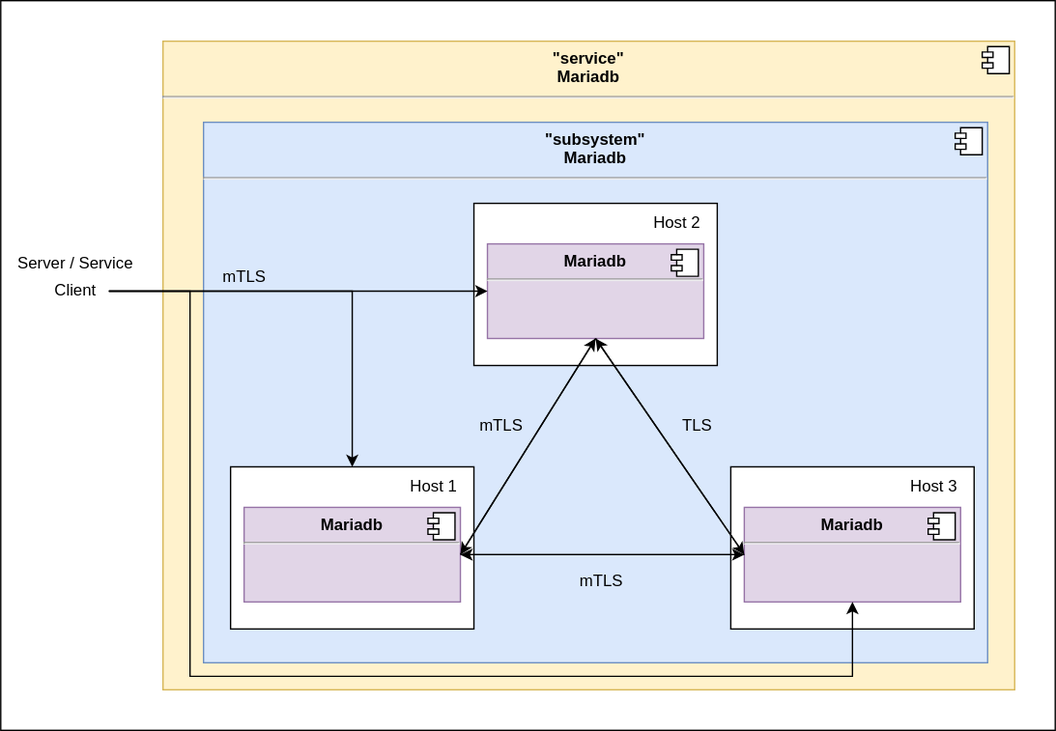
Earlier version of the draw.io export assets/Ansible-Playbook-Labocbz-Deploy-Mariadb.drawio.svg (CBZ-D-velop/Ansible-Playbook-Labocbz-Deploy-Mariadb). Source tidied: cells renumbered, new cells last; positions are measured from the earlier drawing's top-left corner, leaving out a move shared by most shapes.
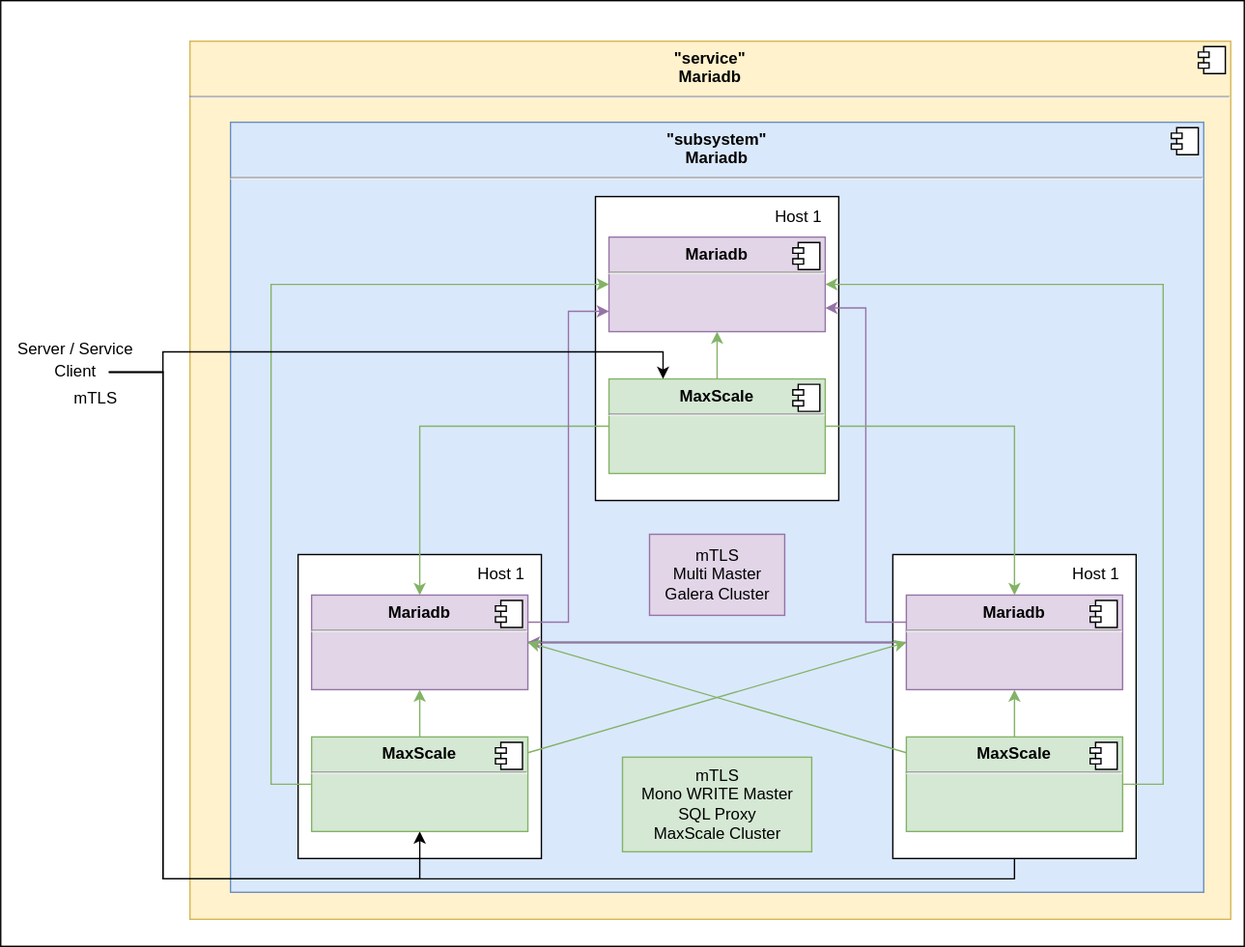
After the commit.

Commit message:
added readme, removed idempotence because of galera

What changed in the source:
```diff
@@ -3,10 +3,10 @@
     <mxCell id="0" />
     <mxCell id="1" parent="0" />
     <mxCell id="2" style="rounded=0;whiteSpace=wrap;html=1;" parent="1" vertex="1">
-      <mxGeometry width="780" height="540" as="geometry" />
+      <mxGeometry x="-50" y="-80" width="920" height="700" as="geometry" />
     </mxCell>
     <mxCell id="3" value="&lt;p style=&quot;margin:0px;margin-top:6px;text-align:center;&quot;&gt;&lt;b&gt;&quot;service&quot;&lt;br&gt;&lt;/b&gt;&lt;b style=&quot;border-color: var(--border-color);&quot;&gt;Mariadb&lt;/b&gt;&lt;b&gt;&lt;br&gt;&lt;/b&gt;&lt;/p&gt;&lt;hr&gt;&lt;p style=&quot;margin:0px;margin-left:8px;&quot;&gt;&lt;br&gt;&lt;/p&gt;" style="align=left;overflow=fill;html=1;whiteSpace=wrap;fillColor=#fff2cc;strokeColor=#d6b656;" parent="1" vertex="1">
-      <mxGeometry x="120" y="30" width="630" height="480" as="geometry" />
+      <mxGeometry x="90" y="-50" width="770" height="650" as="geometry" />
     </mxCell>
     <mxCell id="4" style="shape=component;jettyWidth=8;jettyHeight=4;" parent="3" vertex="1">
       <mxGeometry x="1" width="20" height="20" relative="1" as="geometry">
@@ -14,52 +14,21 @@
       </mxGeometry>
     </mxCell>
     <mxCell id="5" value="&lt;p style=&quot;margin:0px;margin-top:6px;text-align:center;&quot;&gt;&lt;b&gt;&quot;subsystem&quot;&lt;br&gt;&lt;/b&gt;&lt;b style=&quot;border-color: var(--border-color);&quot;&gt;Mariadb&lt;/b&gt;&lt;b&gt;&lt;br&gt;&lt;/b&gt;&lt;/p&gt;&lt;hr&gt;&lt;p style=&quot;margin:0px;margin-left:8px;&quot;&gt;&lt;br&gt;&lt;/p&gt;" style="align=left;overflow=fill;html=1;whiteSpace=wrap;fillColor=#dae8fc;strokeColor=#6c8ebf;" parent="1" vertex="1">
-      <mxGeometry x="150" y="90" width="580" height="400" as="geometry" />
+      <mxGeometry x="120" y="10" width="720" height="570" as="geometry" />
     </mxCell>
     <mxCell id="6" style="shape=component;jettyWidth=8;jettyHeight=4;" parent="5" vertex="1">
       <mxGeometry x="1" width="20" height="20" relative="1" as="geometry">
         <mxPoint x="-24" y="4" as="offset" />
       </mxGeometry>
     </mxCell>
-    <mxCell id="7" style="rounded=0;whiteSpace=wrap;html=1;" parent="1" vertex="1">
-      <mxGeometry x="350" y="150" width="180" height="120" as="geometry" />
-    </mxCell>
-    <mxCell id="8" value="&lt;p style=&quot;margin:0px;margin-top:6px;text-align:center;&quot;&gt;&lt;b style=&quot;border-color: var(--border-color);&quot;&gt;Mariadb&lt;/b&gt;&lt;br&gt;&lt;/p&gt;&lt;hr&gt;&lt;p style=&quot;margin:0px;margin-left:8px;&quot;&gt;&lt;br&gt;&lt;/p&gt;" style="align=left;overflow=fill;html=1;whiteSpace=wrap;fillColor=#e1d5e7;strokeColor=#9673a6;" parent="1" vertex="1">
-      <mxGeometry x="360" y="180" width="160" height="70" as="geometry" />
-    </mxCell>
-    <mxCell id="9" style="shape=component;jettyWidth=8;jettyHeight=4;" parent="8" vertex="1">
-      <mxGeometry x="1" width="20" height="20" relative="1" as="geometry">
-        <mxPoint x="-24" y="4" as="offset" />
-      </mxGeometry>
-    </mxCell>
-    <mxCell id="10" value="Host 2" style="text;html=1;align=center;verticalAlign=middle;strokeColor=none;fillColor=none;" parent="1" vertex="1">
-      <mxGeometry x="470" y="150" width="60" height="30" as="geometry" />
-    </mxCell>
-    <mxCell id="11" style="rounded=0;whiteSpace=wrap;html=1;" parent="1" vertex="1">
-      <mxGeometry x="540" y="345" width="180" height="120" as="geometry" />
-    </mxCell>
-    <mxCell id="12" style="rounded=0;jettySize=auto;html=1;entryX=0.5;entryY=1;entryDx=0;entryDy=0;exitX=0;exitY=0.5;exitDx=0;exitDy=0;" parent="1" edge="1" source="13" target="8">
-      <mxGeometry relative="1" as="geometry" />
-    </mxCell>
-    <mxCell id="13" value="&lt;p style=&quot;margin:0px;margin-top:6px;text-align:center;&quot;&gt;&lt;b style=&quot;border-color: var(--border-color);&quot;&gt;Mariadb&lt;/b&gt;&lt;br&gt;&lt;/p&gt;&lt;hr&gt;&lt;p style=&quot;margin:0px;margin-left:8px;&quot;&gt;&lt;br&gt;&lt;/p&gt;" style="align=left;overflow=fill;html=1;whiteSpace=wrap;fillColor=#e1d5e7;strokeColor=#9673a6;" parent="1" vertex="1">
-      <mxGeometry x="550" y="375" width="160" height="70" as="geometry" />
-    </mxCell>
-    <mxCell id="14" style="shape=component;jettyWidth=8;jettyHeight=4;" parent="13" vertex="1">
-      <mxGeometry x="1" width="20" height="20" relative="1" as="geometry">
-        <mxPoint x="-24" y="4" as="offset" />
-      </mxGeometry>
-    </mxCell>
-    <mxCell id="15" value="Host 3" style="text;html=1;align=center;verticalAlign=middle;strokeColor=none;fillColor=none;" parent="1" vertex="1">
-      <mxGeometry x="660" y="345" width="60" height="30" as="geometry" />
-    </mxCell>
     <mxCell id="16" style="rounded=0;whiteSpace=wrap;html=1;" parent="1" vertex="1">
-      <mxGeometry x="170" y="345" width="180" height="120" as="geometry" />
+      <mxGeometry x="170" y="330" width="180" height="225" as="geometry" />
     </mxCell>
-    <mxCell id="17" style="edgeStyle=orthogonalEdgeStyle;rounded=0;jettySize=auto;html=1;" parent="1" edge="1" source="18" target="13">
-      <mxGeometry relative="1" as="geometry" />
-    </mxCell>
+    <mxCell id="34" style="edgeStyle=orthogonalEdgeStyle;rounded=0;jettySize=auto;html=1;" parent="1" edge="1" source="18" target="51">
+      <mxGeometry relative="1" as="geometry" />
+    </mxCell>
     <mxCell id="18" value="&lt;p style=&quot;margin:0px;margin-top:6px;text-align:center;&quot;&gt;&lt;b style=&quot;border-color: var(--border-color);&quot;&gt;Mariadb&lt;/b&gt;&lt;br&gt;&lt;/p&gt;&lt;hr&gt;&lt;p style=&quot;margin:0px;margin-left:8px;&quot;&gt;&lt;br&gt;&lt;/p&gt;" style="align=left;overflow=fill;html=1;whiteSpace=wrap;fillColor=#e1d5e7;strokeColor=#9673a6;" parent="1" vertex="1">
-      <mxGeometry x="180" y="375" width="160" height="70" as="geometry" />
+      <mxGeometry x="180" y="360" width="160" height="70" as="geometry" />
     </mxCell>
     <mxCell id="19" style="shape=component;jettyWidth=8;jettyHeight=4;" parent="18" vertex="1">
       <mxGeometry x="1" width="20" height="20" relative="1" as="geometry">
@@ -67,52 +36,157 @@
       </mxGeometry>
     </mxCell>
     <mxCell id="20" value="Host 1" style="text;html=1;align=center;verticalAlign=middle;strokeColor=none;fillColor=none;" parent="1" vertex="1">
-      <mxGeometry x="290" y="345" width="60" height="30" as="geometry" />
+      <mxGeometry x="290" y="330" width="60" height="30" as="geometry" />
     </mxCell>
-    <mxCell id="21" style="edgeStyle=orthogonalEdgeStyle;rounded=0;jettySize=auto;html=1;entryX=1;entryY=0.5;entryDx=0;entryDy=0;" parent="1" edge="1" source="13" target="18">
-      <mxGeometry relative="1" as="geometry" />
-    </mxCell>
-    <mxCell id="22" style="rounded=0;jettySize=auto;html=1;entryX=1;entryY=0.5;entryDx=0;entryDy=0;exitX=0.5;exitY=1;exitDx=0;exitDy=0;" parent="1" edge="1" source="8" target="18">
-      <mxGeometry relative="1" as="geometry" />
-    </mxCell>
-    <mxCell id="23" style="rounded=0;jettySize=auto;html=1;entryX=0.5;entryY=1;entryDx=0;entryDy=0;exitX=1;exitY=0.5;exitDx=0;exitDy=0;" parent="1" edge="1" source="18" target="8">
-      <mxGeometry relative="1" as="geometry" />
-    </mxCell>
-    <mxCell id="24" style="rounded=0;jettySize=auto;html=1;entryX=0;entryY=0.5;entryDx=0;entryDy=0;exitX=0.5;exitY=1;exitDx=0;exitDy=0;" parent="1" edge="1" source="8" target="13">
-      <mxGeometry relative="1" as="geometry" />
-    </mxCell>
-    <mxCell id="25" style="edgeStyle=orthogonalEdgeStyle;rounded=0;jettySize=auto;html=1;entryX=0;entryY=0.5;entryDx=0;entryDy=0;" parent="1" edge="1" source="28" target="8">
-      <mxGeometry relative="1" as="geometry" />
-    </mxCell>
-    <mxCell id="26" style="edgeStyle=orthogonalEdgeStyle;rounded=0;jettySize=auto;html=1;" parent="1" edge="1" source="28" target="16">
-      <mxGeometry relative="1" as="geometry" />
-    </mxCell>
-    <mxCell id="27" style="edgeStyle=orthogonalEdgeStyle;rounded=0;jettySize=auto;html=1;entryX=0.5;entryY=1;entryDx=0;entryDy=0;" parent="1" edge="1" source="28" target="13">
-      <mxGeometry relative="1" as="geometry">
-        <Array as="points">
-          <mxPoint x="140" y="215" />
-          <mxPoint x="140" y="500" />
-          <mxPoint x="630" y="500" />
-        </Array>
-      </mxGeometry>
-    </mxCell>
+    <mxCell id="35" style="edgeStyle=orthogonalEdgeStyle;rounded=0;jettySize=auto;html=1;entryX=0.5;entryY=1;entryDx=0;entryDy=0;" parent="1" edge="1" source="28" target="38">
+      <mxGeometry relative="1" as="geometry">
+        <Array as="points">
+          <mxPoint x="70" y="195" />
+          <mxPoint x="70" y="570" />
+          <mxPoint x="260" y="570" />
+        </Array>
+      </mxGeometry>
+    </mxCell>
+    <mxCell id="36" style="edgeStyle=orthogonalEdgeStyle;rounded=0;jettySize=auto;html=1;entryX=0.5;entryY=1;entryDx=0;entryDy=0;" parent="1" edge="1" source="28" target="57">
+      <mxGeometry relative="1" as="geometry">
+        <Array as="points">
+          <mxPoint x="70" y="195" />
+          <mxPoint x="70" y="570" />
+          <mxPoint x="700" y="570" />
+        </Array>
+      </mxGeometry>
+    </mxCell>
     <mxCell id="28" value="Client" style="text;html=1;align=center;verticalAlign=middle;points=[];strokeColor=none;fillColor=none;" parent="1" vertex="1">
-      <mxGeometry x="30" y="200" width="50" height="30" as="geometry" />
+      <mxGeometry x="-20" y="180" width="50" height="30" as="geometry" />
     </mxCell>
     <mxCell id="29" value="Server / Service" style="text;html=1;align=center;verticalAlign=middle;strokeColor=none;fillColor=none;" parent="1" vertex="1">
-      <mxGeometry y="180" width="110" height="30" as="geometry" />
+      <mxGeometry x="-50" y="162.5" width="110" height="30" as="geometry" />
     </mxCell>
-    <mxCell id="30" value="TLS" style="text;html=1;align=center;verticalAlign=middle;strokeColor=none;fillColor=none;" parent="1" vertex="1">
-      <mxGeometry x="490" y="300" width="50" height="30" as="geometry" />
-    </mxCell>
-    <mxCell id="31" value="mTLS" style="text;html=1;align=center;verticalAlign=middle;strokeColor=none;fillColor=none;" parent="1" vertex="1">
-      <mxGeometry x="414" y="415" width="60" height="30" as="geometry" />
-    </mxCell>
     <mxCell id="32" value="mTLS" style="text;html=1;align=center;verticalAlign=middle;strokeColor=none;fillColor=none;" parent="1" vertex="1">
-      <mxGeometry x="340" y="300" width="60" height="30" as="geometry" />
+      <mxGeometry x="-10" y="200" width="60" height="30" as="geometry" />
     </mxCell>
-    <mxCell id="33" value="mTLS" style="text;html=1;align=center;verticalAlign=middle;strokeColor=none;fillColor=none;" parent="1" vertex="1">
-      <mxGeometry x="150" y="190" width="60" height="30" as="geometry" />
-    </mxCell>
+    <mxCell id="37" style="edgeStyle=orthogonalEdgeStyle;rounded=0;jettySize=auto;html=1;fillColor=#d5e8d4;strokeColor=#82b366;" parent="1" edge="1" source="38" target="18">
+      <mxGeometry relative="1" as="geometry" />
+    </mxCell>
+    <mxCell id="38" value="&lt;p style=&quot;margin:0px;margin-top:6px;text-align:center;&quot;&gt;&lt;b style=&quot;border-color: var(--border-color);&quot;&gt;MaxScale&lt;/b&gt;&lt;br&gt;&lt;/p&gt;&lt;hr&gt;&lt;p style=&quot;margin:0px;margin-left:8px;&quot;&gt;&lt;br&gt;&lt;/p&gt;" style="align=left;overflow=fill;html=1;whiteSpace=wrap;fillColor=#d5e8d4;strokeColor=#82b366;" parent="1" vertex="1">
+      <mxGeometry x="180" y="465" width="160" height="70" as="geometry" />
+    </mxCell>
+    <mxCell id="39" style="shape=component;jettyWidth=8;jettyHeight=4;" parent="38" vertex="1">
+      <mxGeometry x="1" width="20" height="20" relative="1" as="geometry">
+        <mxPoint x="-24" y="4" as="offset" />
+      </mxGeometry>
+    </mxCell>
+    <mxCell id="40" style="rounded=0;whiteSpace=wrap;html=1;" parent="1" vertex="1">
+      <mxGeometry x="390" y="65" width="180" height="225" as="geometry" />
+    </mxCell>
+    <mxCell id="41" value="&lt;p style=&quot;margin:0px;margin-top:6px;text-align:center;&quot;&gt;&lt;b style=&quot;border-color: var(--border-color);&quot;&gt;Mariadb&lt;/b&gt;&lt;br&gt;&lt;/p&gt;&lt;hr&gt;&lt;p style=&quot;margin:0px;margin-left:8px;&quot;&gt;&lt;br&gt;&lt;/p&gt;" style="align=left;overflow=fill;html=1;whiteSpace=wrap;fillColor=#e1d5e7;strokeColor=#9673a6;" parent="1" vertex="1">
+      <mxGeometry x="400" y="95" width="160" height="70" as="geometry" />
+    </mxCell>
+    <mxCell id="42" style="shape=component;jettyWidth=8;jettyHeight=4;" parent="41" vertex="1">
+      <mxGeometry x="1" width="20" height="20" relative="1" as="geometry">
+        <mxPoint x="-24" y="4" as="offset" />
+      </mxGeometry>
+    </mxCell>
+    <mxCell id="43" value="Host 1" style="text;html=1;align=center;verticalAlign=middle;strokeColor=none;fillColor=none;" parent="1" vertex="1">
+      <mxGeometry x="510" y="65" width="60" height="30" as="geometry" />
+    </mxCell>
+    <mxCell id="44" style="edgeStyle=orthogonalEdgeStyle;rounded=0;jettySize=auto;html=1;fillColor=#d5e8d4;strokeColor=#82b366;" parent="1" edge="1" source="46" target="41">
+      <mxGeometry relative="1" as="geometry" />
+    </mxCell>
+    <mxCell id="45" style="edgeStyle=orthogonalEdgeStyle;rounded=0;jettySize=auto;html=1;fillColor=#d5e8d4;strokeColor=#82b366;" parent="1" edge="1" source="46" target="18">
+      <mxGeometry relative="1" as="geometry" />
+    </mxCell>
+    <mxCell id="46" value="&lt;p style=&quot;margin:0px;margin-top:6px;text-align:center;&quot;&gt;&lt;b style=&quot;border-color: var(--border-color);&quot;&gt;MaxScale&lt;/b&gt;&lt;br&gt;&lt;/p&gt;&lt;hr&gt;&lt;p style=&quot;margin:0px;margin-left:8px;&quot;&gt;&lt;br&gt;&lt;/p&gt;" style="align=left;overflow=fill;html=1;whiteSpace=wrap;fillColor=#d5e8d4;strokeColor=#82b366;" parent="1" vertex="1">
+      <mxGeometry x="400" y="200" width="160" height="70" as="geometry" />
+    </mxCell>
+    <mxCell id="47" style="shape=component;jettyWidth=8;jettyHeight=4;" parent="46" vertex="1">
+      <mxGeometry x="1" width="20" height="20" relative="1" as="geometry">
+        <mxPoint x="-24" y="4" as="offset" />
+      </mxGeometry>
+    </mxCell>
+    <mxCell id="48" style="rounded=0;whiteSpace=wrap;html=1;" parent="1" vertex="1">
+      <mxGeometry x="610" y="330" width="180" height="225" as="geometry" />
+    </mxCell>
+    <mxCell id="49" style="edgeStyle=orthogonalEdgeStyle;rounded=0;jettySize=auto;html=1;entryX=1;entryY=0.75;entryDx=0;entryDy=0;fillColor=#e1d5e7;strokeColor=#9673a6;" parent="1" edge="1" source="51" target="41">
+      <mxGeometry relative="1" as="geometry">
+        <Array as="points">
+          <mxPoint x="590" y="380" />
+          <mxPoint x="590" y="148" />
+        </Array>
+      </mxGeometry>
+    </mxCell>
+    <mxCell id="50" style="edgeStyle=orthogonalEdgeStyle;rounded=0;jettySize=auto;html=1;fillColor=#e1d5e7;strokeColor=#9673a6;" parent="1" edge="1" source="51" target="18">
+      <mxGeometry relative="1" as="geometry" />
+    </mxCell>
+    <mxCell id="51" value="&lt;p style=&quot;margin:0px;margin-top:6px;text-align:center;&quot;&gt;&lt;b style=&quot;border-color: var(--border-color);&quot;&gt;Mariadb&lt;/b&gt;&lt;br&gt;&lt;/p&gt;&lt;hr&gt;&lt;p style=&quot;margin:0px;margin-left:8px;&quot;&gt;&lt;br&gt;&lt;/p&gt;" style="align=left;overflow=fill;html=1;whiteSpace=wrap;fillColor=#e1d5e7;strokeColor=#9673a6;" parent="1" vertex="1">
+      <mxGeometry x="620" y="360" width="160" height="70" as="geometry" />
+    </mxCell>
+    <mxCell id="52" style="shape=component;jettyWidth=8;jettyHeight=4;" parent="51" vertex="1">
+      <mxGeometry x="1" width="20" height="20" relative="1" as="geometry">
+        <mxPoint x="-24" y="4" as="offset" />
+      </mxGeometry>
+    </mxCell>
+    <mxCell id="53" value="Host 1" style="text;html=1;align=center;verticalAlign=middle;strokeColor=none;fillColor=none;" parent="1" vertex="1">
+      <mxGeometry x="730" y="330" width="60" height="30" as="geometry" />
+    </mxCell>
+    <mxCell id="54" style="edgeStyle=orthogonalEdgeStyle;rounded=0;jettySize=auto;html=1;fillColor=#d5e8d4;strokeColor=#82b366;" parent="1" edge="1" source="57" target="51">
+      <mxGeometry relative="1" as="geometry" />
+    </mxCell>
+    <mxCell id="55" style="rounded=0;jettySize=auto;html=1;entryX=1;entryY=0.5;entryDx=0;entryDy=0;fillColor=#d5e8d4;strokeColor=#82b366;" parent="1" edge="1" source="57" target="18">
+      <mxGeometry relative="1" as="geometry" />
+    </mxCell>
+    <mxCell id="56" style="edgeStyle=orthogonalEdgeStyle;rounded=0;jettySize=auto;html=1;entryX=1;entryY=0.5;entryDx=0;entryDy=0;fillColor=#d5e8d4;strokeColor=#82b366;" parent="1" edge="1" source="57" target="41">
+      <mxGeometry relative="1" as="geometry">
+        <Array as="points">
+          <mxPoint x="810" y="500" />
+          <mxPoint x="810" y="130" />
+        </Array>
+      </mxGeometry>
+    </mxCell>
+    <mxCell id="57" value="&lt;p style=&quot;margin:0px;margin-top:6px;text-align:center;&quot;&gt;&lt;b style=&quot;border-color: var(--border-color);&quot;&gt;MaxScale&lt;/b&gt;&lt;br&gt;&lt;/p&gt;&lt;hr&gt;&lt;p style=&quot;margin:0px;margin-left:8px;&quot;&gt;&lt;br&gt;&lt;/p&gt;" style="align=left;overflow=fill;html=1;whiteSpace=wrap;fillColor=#d5e8d4;strokeColor=#82b366;" parent="1" vertex="1">
+      <mxGeometry x="620" y="465" width="160" height="70" as="geometry" />
+    </mxCell>
+    <mxCell id="58" style="shape=component;jettyWidth=8;jettyHeight=4;" parent="57" vertex="1">
+      <mxGeometry x="1" width="20" height="20" relative="1" as="geometry">
+        <mxPoint x="-24" y="4" as="offset" />
+      </mxGeometry>
+    </mxCell>
+    <mxCell id="59" style="rounded=0;jettySize=auto;html=1;entryX=0;entryY=0.5;entryDx=0;entryDy=0;fillColor=#d5e8d4;strokeColor=#82b366;" parent="1" edge="1" source="38" target="51">
+      <mxGeometry relative="1" as="geometry" />
+    </mxCell>
+    <mxCell id="60" style="edgeStyle=orthogonalEdgeStyle;rounded=0;jettySize=auto;html=1;fillColor=#d5e8d4;strokeColor=#82b366;" parent="1" edge="1" source="38" target="41">
+      <mxGeometry relative="1" as="geometry">
+        <Array as="points">
+          <mxPoint x="150" y="500" />
+          <mxPoint x="150" y="130" />
+        </Array>
+      </mxGeometry>
+    </mxCell>
+    <mxCell id="61" style="edgeStyle=orthogonalEdgeStyle;rounded=0;jettySize=auto;html=1;fillColor=#d5e8d4;strokeColor=#82b366;" parent="1" edge="1" source="46" target="51">
+      <mxGeometry relative="1" as="geometry" />
+    </mxCell>
+    <mxCell id="62" style="edgeStyle=orthogonalEdgeStyle;rounded=0;jettySize=auto;html=1;fillColor=#e1d5e7;strokeColor=#9673a6;" parent="1" edge="1" source="18" target="41">
+      <mxGeometry relative="1" as="geometry">
+        <Array as="points">
+          <mxPoint x="370" y="380" />
+          <mxPoint x="370" y="150" />
+        </Array>
+      </mxGeometry>
+    </mxCell>
+    <mxCell id="63" value="mTLS&lt;br&gt;Multi Master&lt;br&gt;Galera Cluster" style="text;html=1;align=center;verticalAlign=middle;strokeColor=#9673a6;fillColor=#e1d5e7;" parent="1" vertex="1">
+      <mxGeometry x="430" y="315" width="100" height="60" as="geometry" />
+    </mxCell>
+    <mxCell id="64" value="mTLS&lt;br&gt;Mono WRITE Master&lt;br&gt;SQL Proxy&lt;br&gt;MaxScale Cluster" style="text;html=1;align=center;verticalAlign=middle;strokeColor=#82b366;fillColor=#d5e8d4;" parent="1" vertex="1">
+      <mxGeometry x="410" y="480" width="140" height="70" as="geometry" />
+    </mxCell>
+    <mxCell id="65" style="edgeStyle=orthogonalEdgeStyle;rounded=0;jettySize=auto;html=1;entryX=0.25;entryY=0;entryDx=0;entryDy=0;" parent="1" edge="1" source="28" target="46">
+      <mxGeometry relative="1" as="geometry">
+        <Array as="points">
+          <mxPoint x="70" y="195" />
+          <mxPoint x="70" y="180" />
+          <mxPoint x="440" y="180" />
+        </Array>
+      </mxGeometry>
+    </mxCell>
   </root>
 </mxGraphModel>
```
